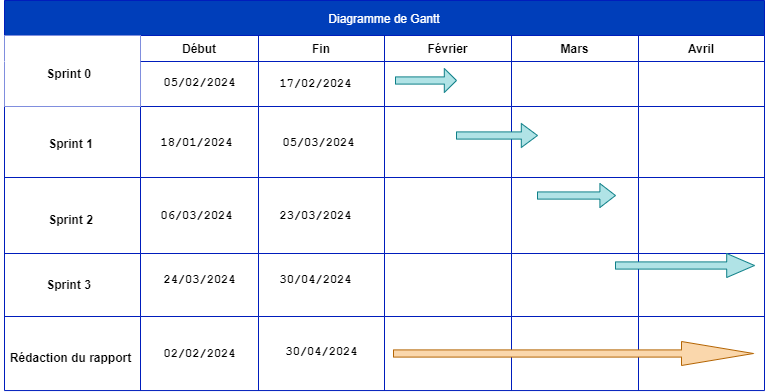
Above: Diagramme de gantt.drawio.png in chirine1/-project (draw.io), before the change. Source tidied: cells renumbered, new cells last; positions are measured from the earlier drawing's top-left corner, leaving out a move shared by most shapes. Source of this version:
```xml
<mxGraphModel>
  <root>
    <mxCell id="0" />
    <mxCell id="1" parent="0" />
    <mxCell id="2" value="Diagramme de Gantt" style="shape=table;startSize=35;verticalAlign=middle;fillColor=#003EBA;strokeColor=#001DBC;fontColor=#ffffff;" parent="1" vertex="1">
      <mxGeometry x="4" width="760" height="390" as="geometry" />
    </mxCell>
    <mxCell id="3" style="shape=tableRow;horizontal=0;swimlaneHead=0;swimlaneBody=0;top=0;left=0;strokeColor=inherit;bottom=0;right=0;fontStyle=0;fillColor=none;startSize=0;" parent="2" vertex="1">
      <mxGeometry y="35" width="760" height="71" as="geometry" />
    </mxCell>
    <mxCell id="4" style="swimlane;swimlaneHead=0;swimlaneBody=0;fontStyle=0;strokeColor=inherit;fillColor=default;startSize=26;swimlaneFillColor=default;swimlaneLine=0;" parent="3" vertex="1">
      <mxGeometry width="136" height="71" as="geometry" />
    </mxCell>
    <mxCell id="5" value="&lt;b&gt;Sprint 0&lt;/b&gt;" style="text;html=1;align=right;verticalAlign=middle;strokeColor=none;fillColor=none;" parent="4" vertex="1">
      <mxGeometry x="25" y="26" width="63" height="26" as="geometry" />
    </mxCell>
    <mxCell id="6" value="Début" style="swimlane;swimlaneHead=0;swimlaneBody=0;fontStyle=1;strokeColor=inherit;fillColor=none;startSize=26;swimlaneFillColor=none;" parent="3" vertex="1">
      <mxGeometry x="136" width="118" height="71" as="geometry" />
    </mxCell>
    <mxCell id="7" value="&lt;b&gt;&lt;font face=&quot;Courier New&quot;&gt;05/02/2024&lt;/font&gt;&lt;/b&gt;" style="text;html=1;align=center;verticalAlign=middle;strokeColor=none;fillColor=none;" parent="6" vertex="1">
      <mxGeometry x="14" y="33" width="90" height="28" as="geometry" />
    </mxCell>
    <mxCell id="8" value="Fin" style="swimlane;swimlaneHead=0;swimlaneBody=0;fontStyle=1;strokeColor=inherit;fillColor=none;startSize=26;" parent="3" vertex="1">
      <mxGeometry x="254" width="126" height="71" as="geometry" />
    </mxCell>
    <mxCell id="9" value="&lt;b style=&quot;&quot;&gt;&lt;font face=&quot;Courier New&quot;&gt;17/02/2024&lt;/font&gt;&lt;/b&gt;" style="text;html=1;align=center;verticalAlign=middle;strokeColor=none;fillColor=none;" parent="8" vertex="1">
      <mxGeometry x="12" y="34" width="90" height="28" as="geometry" />
    </mxCell>
    <mxCell id="10" value="Février" style="swimlane;swimlaneHead=0;swimlaneBody=0;fontStyle=1;strokeColor=inherit;fillColor=none;startSize=26;" parent="3" vertex="1">
      <mxGeometry x="380" width="127" height="71" as="geometry" />
    </mxCell>
    <mxCell id="11" style="shape=singleArrow;whiteSpace=wrap;html=1;fillColor=#b0e3e6;strokeColor=#0e8088;" parent="10" vertex="1">
      <mxGeometry x="11" y="33" width="61" height="24" as="geometry" />
    </mxCell>
    <mxCell id="12" value="Mars" style="swimlane;swimlaneHead=0;swimlaneBody=0;fontStyle=1;strokeColor=inherit;fillColor=none;startSize=26;" parent="3" vertex="1">
      <mxGeometry x="507" width="127" height="71" as="geometry" />
    </mxCell>
    <mxCell id="13" value="Avril" style="swimlane;swimlaneHead=0;swimlaneBody=0;fontStyle=1;strokeColor=inherit;fillColor=none;startSize=26;" parent="3" vertex="1">
      <mxGeometry x="634" width="126" height="71" as="geometry" />
    </mxCell>
    <mxCell id="14" style="shape=tableRow;horizontal=0;swimlaneHead=0;swimlaneBody=0;top=0;left=0;strokeColor=inherit;bottom=0;right=0;fontStyle=0;fillColor=none;startSize=0;" parent="2" vertex="1">
      <mxGeometry y="106" width="760" height="71" as="geometry" />
    </mxCell>
    <mxCell id="15" style="swimlane;swimlaneHead=0;swimlaneBody=0;fontStyle=0;strokeColor=inherit;fillColor=none;startSize=0;" parent="14" vertex="1">
      <mxGeometry width="136" height="71" as="geometry" />
    </mxCell>
    <mxCell id="16" value="&lt;b&gt;Sprint 1&lt;/b&gt;" style="text;html=1;align=center;verticalAlign=middle;strokeColor=none;fillColor=none;" parent="15" vertex="1">
      <mxGeometry x="34" y="25" width="63" height="26" as="geometry" />
    </mxCell>
    <mxCell id="17" style="swimlane;swimlaneHead=0;swimlaneBody=0;fontStyle=0;strokeColor=inherit;fillColor=none;startSize=0;swimlaneLine=1;" parent="14" vertex="1">
      <mxGeometry x="136" width="118" height="71" as="geometry" />
    </mxCell>
    <mxCell id="18" style="swimlane;swimlaneHead=0;swimlaneBody=0;fontStyle=0;strokeColor=inherit;fillColor=none;startSize=0;swimlaneLine=1;" parent="14" vertex="1">
      <mxGeometry x="254" width="126" height="71" as="geometry" />
    </mxCell>
    <mxCell id="19" value="&lt;b&gt;&lt;font face=&quot;Courier New&quot;&gt;05/03/2024&lt;/font&gt;&lt;/b&gt;" style="text;html=1;align=center;verticalAlign=middle;strokeColor=none;fillColor=none;" parent="18" vertex="1">
      <mxGeometry x="15" y="21.5" width="90" height="28" as="geometry" />
    </mxCell>
    <mxCell id="20" style="swimlane;swimlaneHead=0;swimlaneBody=0;fontStyle=0;strokeColor=inherit;fillColor=none;startSize=0;swimlaneLine=1;" parent="14" vertex="1">
      <mxGeometry x="380" width="127" height="71" as="geometry" />
    </mxCell>
    <mxCell id="21" style="shape=singleArrow;whiteSpace=wrap;html=1;fillColor=#b0e3e6;strokeColor=#0e8088;" parent="20" vertex="1">
      <mxGeometry x="72" y="17" width="81" height="24" as="geometry" />
    </mxCell>
    <mxCell id="22" style="swimlane;swimlaneHead=0;swimlaneBody=0;fontStyle=0;strokeColor=inherit;fillColor=none;startSize=0;swimlaneLine=1;" parent="14" vertex="1">
      <mxGeometry x="507" width="127" height="71" as="geometry" />
    </mxCell>
    <mxCell id="23" style="swimlane;swimlaneHead=0;swimlaneBody=0;fontStyle=0;strokeColor=inherit;fillColor=none;startSize=0;swimlaneLine=1;" parent="14" vertex="1">
      <mxGeometry x="634" width="126" height="71" as="geometry" />
    </mxCell>
    <mxCell id="24" style="shape=tableRow;horizontal=0;swimlaneHead=0;swimlaneBody=0;top=0;left=0;strokeColor=inherit;bottom=0;right=0;fontStyle=0;fillColor=none;startSize=0;" parent="2" vertex="1">
      <mxGeometry y="177" width="760" height="76" as="geometry" />
    </mxCell>
    <mxCell id="25" style="swimlane;swimlaneHead=0;swimlaneBody=0;fontStyle=0;strokeColor=inherit;fillColor=none;startSize=0;" parent="24" vertex="1">
      <mxGeometry width="136" height="76" as="geometry" />
    </mxCell>
    <mxCell id="26" value="&lt;b&gt;Sprint 2&lt;/b&gt;" style="text;html=1;align=center;verticalAlign=middle;strokeColor=none;fillColor=none;" parent="25" vertex="1">
      <mxGeometry x="34" y="30" width="63" height="26" as="geometry" />
    </mxCell>
    <mxCell id="27" style="swimlane;swimlaneHead=0;swimlaneBody=0;fontStyle=0;strokeColor=inherit;fillColor=none;startSize=0;" parent="24" vertex="1">
      <mxGeometry x="136" width="118" height="76" as="geometry" />
    </mxCell>
    <mxCell id="28" value="&lt;b&gt;&lt;font face=&quot;Courier New&quot;&gt;06/03/2024&lt;/font&gt;&lt;/b&gt;" style="text;html=1;align=center;verticalAlign=middle;strokeColor=none;fillColor=none;" parent="27" vertex="1">
      <mxGeometry x="11" y="24" width="90" height="28" as="geometry" />
    </mxCell>
    <mxCell id="29" style="swimlane;swimlaneHead=0;swimlaneBody=0;fontStyle=0;strokeColor=inherit;fillColor=none;startSize=0;" parent="24" vertex="1">
      <mxGeometry x="254" width="126" height="76" as="geometry" />
    </mxCell>
    <mxCell id="30" value="&lt;font face=&quot;Courier New&quot;&gt;&lt;b&gt;23/03/2024&lt;/b&gt;&lt;/font&gt;" style="text;html=1;align=center;verticalAlign=middle;strokeColor=none;fillColor=none;" parent="29" vertex="1">
      <mxGeometry x="12" y="24" width="90" height="28" as="geometry" />
    </mxCell>
    <mxCell id="31" style="swimlane;swimlaneHead=0;swimlaneBody=0;fontStyle=0;strokeColor=inherit;fillColor=none;startSize=0;" parent="24" vertex="1">
      <mxGeometry x="380" width="127" height="76" as="geometry" />
    </mxCell>
    <mxCell id="32" style="swimlane;swimlaneHead=0;swimlaneBody=0;fontStyle=0;strokeColor=inherit;fillColor=none;startSize=0;" parent="24" vertex="1">
      <mxGeometry x="507" width="127" height="76" as="geometry" />
    </mxCell>
    <mxCell id="33" style="shape=singleArrow;whiteSpace=wrap;html=1;fillColor=#b0e3e6;strokeColor=#0e8088;" parent="32" vertex="1">
      <mxGeometry x="26" y="6" width="78" height="24" as="geometry" />
    </mxCell>
    <mxCell id="34" style="swimlane;swimlaneHead=0;swimlaneBody=0;fontStyle=0;strokeColor=inherit;fillColor=none;startSize=0;" parent="24" vertex="1">
      <mxGeometry x="634" width="126" height="76" as="geometry" />
    </mxCell>
    <mxCell id="35" style="shape=tableRow;horizontal=0;swimlaneHead=0;swimlaneBody=0;top=0;left=0;strokeColor=inherit;bottom=0;right=0;fontStyle=0;fillColor=none;startSize=0;" parent="2" vertex="1">
      <mxGeometry y="253" width="760" height="63" as="geometry" />
    </mxCell>
    <mxCell id="36" style="swimlane;swimlaneHead=0;swimlaneBody=0;fontStyle=0;strokeColor=inherit;fillColor=none;startSize=0;" parent="35" vertex="1">
      <mxGeometry width="136" height="63" as="geometry" />
    </mxCell>
    <mxCell id="37" value="&lt;b&gt;Sprint 3&lt;/b&gt;" style="text;html=1;align=center;verticalAlign=middle;strokeColor=none;fillColor=none;" parent="36" vertex="1">
      <mxGeometry x="32" y="18.5" width="63" height="26" as="geometry" />
    </mxCell>
    <mxCell id="38" style="swimlane;swimlaneHead=0;swimlaneBody=0;fontStyle=0;strokeColor=inherit;fillColor=none;startSize=0;" parent="35" vertex="1">
      <mxGeometry x="136" width="118" height="63" as="geometry" />
    </mxCell>
    <mxCell id="39" value="&lt;b&gt;&lt;font face=&quot;Courier New&quot;&gt;24/03/2024&lt;/font&gt;&lt;/b&gt;" style="text;html=1;align=center;verticalAlign=middle;strokeColor=none;fillColor=none;" parent="38" vertex="1">
      <mxGeometry x="14" y="12" width="90" height="28" as="geometry" />
    </mxCell>
    <mxCell id="40" style="swimlane;swimlaneHead=0;swimlaneBody=0;fontStyle=0;strokeColor=inherit;fillColor=none;startSize=0;" parent="35" vertex="1">
      <mxGeometry x="254" width="126" height="63" as="geometry" />
    </mxCell>
    <mxCell id="41" value="&lt;b&gt;&lt;font face=&quot;Courier New&quot;&gt;30/04/2024&lt;/font&gt;&lt;/b&gt;" style="text;html=1;align=center;verticalAlign=middle;strokeColor=none;fillColor=none;" parent="40" vertex="1">
      <mxGeometry x="12" y="12" width="90" height="28" as="geometry" />
    </mxCell>
    <mxCell id="42" style="swimlane;swimlaneHead=0;swimlaneBody=0;fontStyle=0;strokeColor=inherit;fillColor=none;startSize=0;" parent="35" vertex="1">
      <mxGeometry x="380" width="127" height="63" as="geometry" />
    </mxCell>
    <mxCell id="43" style="swimlane;swimlaneHead=0;swimlaneBody=0;fontStyle=0;strokeColor=inherit;fillColor=none;startSize=0;" parent="35" vertex="1">
      <mxGeometry x="507" width="127" height="63" as="geometry" />
    </mxCell>
    <mxCell id="44" style="swimlane;swimlaneHead=0;swimlaneBody=0;fontStyle=0;strokeColor=inherit;fillColor=none;startSize=0;" parent="35" vertex="1">
      <mxGeometry x="634" width="126" height="63" as="geometry" />
    </mxCell>
    <mxCell id="45" style="shape=singleArrow;whiteSpace=wrap;html=1;fillColor=#b0e3e6;strokeColor=#0e8088;" parent="44" vertex="1">
      <mxGeometry x="-23" width="139" height="24" as="geometry" />
    </mxCell>
    <mxCell id="46" style="shape=tableRow;horizontal=0;swimlaneHead=0;swimlaneBody=0;top=0;left=0;strokeColor=inherit;bottom=0;right=0;fontStyle=0;fillColor=none;startSize=0;" parent="2" vertex="1">
      <mxGeometry y="316" width="760" height="74" as="geometry" />
    </mxCell>
    <mxCell id="47" style="swimlane;swimlaneHead=0;swimlaneBody=0;fontStyle=0;strokeColor=inherit;fillColor=none;startSize=0;" parent="46" vertex="1">
      <mxGeometry width="136" height="74" as="geometry" />
    </mxCell>
    <mxCell id="48" value="&lt;b&gt;Rédaction du rapport&lt;/b&gt;" style="text;html=1;align=center;verticalAlign=middle;strokeColor=none;fillColor=none;" parent="47" vertex="1">
      <mxGeometry x="-4" y="28.5" width="139" height="26" as="geometry" />
    </mxCell>
    <mxCell id="49" style="swimlane;swimlaneHead=0;swimlaneBody=0;fontStyle=0;strokeColor=inherit;fillColor=none;startSize=0;" parent="46" vertex="1">
      <mxGeometry x="136" width="118" height="74" as="geometry" />
    </mxCell>
    <mxCell id="50" value="&lt;font face=&quot;Courier New&quot;&gt;&lt;b&gt;02/02/2024&lt;/b&gt;&lt;/font&gt;" style="text;html=1;align=center;verticalAlign=middle;strokeColor=none;fillColor=none;" parent="49" vertex="1">
      <mxGeometry x="14" y="23" width="90" height="28" as="geometry" />
    </mxCell>
    <mxCell id="51" style="swimlane;swimlaneHead=0;swimlaneBody=0;fontStyle=0;strokeColor=inherit;fillColor=none;startSize=0;" parent="46" vertex="1">
      <mxGeometry x="254" width="126" height="74" as="geometry" />
    </mxCell>
    <mxCell id="52" value="&lt;font face=&quot;Courier New&quot;&gt;&lt;b&gt;30/04/2024&lt;/b&gt;&lt;/font&gt;" style="text;html=1;align=center;verticalAlign=middle;strokeColor=none;fillColor=none;" parent="51" vertex="1">
      <mxGeometry x="18" y="21" width="90" height="28" as="geometry" />
    </mxCell>
    <mxCell id="53" style="swimlane;swimlaneHead=0;swimlaneBody=0;fontStyle=0;strokeColor=inherit;fillColor=none;startSize=0;" parent="46" vertex="1">
      <mxGeometry x="380" width="127" height="74" as="geometry" />
    </mxCell>
    <mxCell id="54" style="shape=singleArrow;whiteSpace=wrap;html=1;fillColor=#fad7ac;strokeColor=#b46504;" parent="53" vertex="1">
      <mxGeometry x="9" y="25" width="360" height="24" as="geometry" />
    </mxCell>
    <mxCell id="55" style="swimlane;swimlaneHead=0;swimlaneBody=0;fontStyle=0;strokeColor=inherit;fillColor=none;startSize=0;" parent="46" vertex="1">
      <mxGeometry x="507" width="127" height="74" as="geometry" />
    </mxCell>
    <mxCell id="56" style="swimlane;swimlaneHead=0;swimlaneBody=0;fontStyle=0;strokeColor=inherit;fillColor=none;startSize=0;" parent="46" vertex="1">
      <mxGeometry x="634" width="126" height="74" as="geometry" />
    </mxCell>
    <mxCell id="57" value="&lt;font face=&quot;Courier New&quot;&gt;&lt;b&gt;18/01/2024&lt;/b&gt;&lt;/font&gt;" style="text;html=1;align=center;verticalAlign=middle;strokeColor=none;fillColor=none;" parent="1" vertex="1">
      <mxGeometry x="151" y="128" width="90" height="28" as="geometry" />
    </mxCell>
  </root>
</mxGraphModel>
```
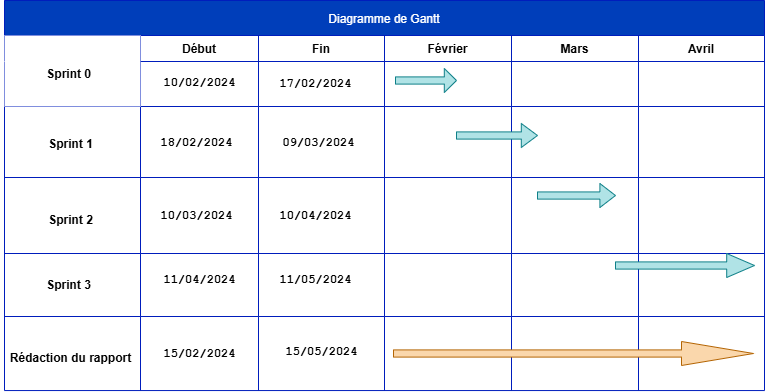
The same file after the commit.

Commit message:
Mettre à jour Diagramme de gantt.drawio.png

Change to the diagram source:
```diff
@@ -17,7 +17,7 @@
     <mxCell id="6" value="Début" style="swimlane;swimlaneHead=0;swimlaneBody=0;fontStyle=1;strokeColor=inherit;fillColor=none;startSize=26;swimlaneFillColor=none;" parent="3" vertex="1">
       <mxGeometry x="136" width="118" height="71" as="geometry" />
     </mxCell>
-    <mxCell id="7" value="&lt;b&gt;&lt;font face=&quot;Courier New&quot;&gt;05/02/2024&lt;/font&gt;&lt;/b&gt;" style="text;html=1;align=center;verticalAlign=middle;strokeColor=none;fillColor=none;" parent="6" vertex="1">
+    <mxCell id="7" value="&lt;b&gt;&lt;font face=&quot;Courier New&quot;&gt;10/02/2024&lt;/font&gt;&lt;/b&gt;" style="text;html=1;align=center;verticalAlign=middle;strokeColor=none;fillColor=none;" parent="6" vertex="1">
       <mxGeometry x="14" y="33" width="90" height="28" as="geometry" />
     </mxCell>
     <mxCell id="8" value="Fin" style="swimlane;swimlaneHead=0;swimlaneBody=0;fontStyle=1;strokeColor=inherit;fillColor=none;startSize=26;" parent="3" vertex="1">
@@ -53,7 +53,7 @@
     <mxCell id="18" style="swimlane;swimlaneHead=0;swimlaneBody=0;fontStyle=0;strokeColor=inherit;fillColor=none;startSize=0;swimlaneLine=1;" parent="14" vertex="1">
       <mxGeometry x="254" width="126" height="71" as="geometry" />
     </mxCell>
-    <mxCell id="19" value="&lt;b&gt;&lt;font face=&quot;Courier New&quot;&gt;05/03/2024&lt;/font&gt;&lt;/b&gt;" style="text;html=1;align=center;verticalAlign=middle;strokeColor=none;fillColor=none;" parent="18" vertex="1">
+    <mxCell id="19" value="&lt;b&gt;&lt;font face=&quot;Courier New&quot;&gt;09/03/2024&lt;/font&gt;&lt;/b&gt;" style="text;html=1;align=center;verticalAlign=middle;strokeColor=none;fillColor=none;" parent="18" vertex="1">
       <mxGeometry x="15" y="21.5" width="90" height="28" as="geometry" />
     </mxCell>
     <mxCell id="20" style="swimlane;swimlaneHead=0;swimlaneBody=0;fontStyle=0;strokeColor=inherit;fillColor=none;startSize=0;swimlaneLine=1;" parent="14" vertex="1">
@@ -80,13 +80,13 @@
     <mxCell id="27" style="swimlane;swimlaneHead=0;swimlaneBody=0;fontStyle=0;strokeColor=inherit;fillColor=none;startSize=0;" parent="24" vertex="1">
       <mxGeometry x="136" width="118" height="76" as="geometry" />
     </mxCell>
-    <mxCell id="28" value="&lt;b&gt;&lt;font face=&quot;Courier New&quot;&gt;06/03/2024&lt;/font&gt;&lt;/b&gt;" style="text;html=1;align=center;verticalAlign=middle;strokeColor=none;fillColor=none;" parent="27" vertex="1">
+    <mxCell id="28" value="&lt;b&gt;&lt;font face=&quot;Courier New&quot;&gt;10/03/2024&lt;/font&gt;&lt;/b&gt;" style="text;html=1;align=center;verticalAlign=middle;strokeColor=none;fillColor=none;" parent="27" vertex="1">
       <mxGeometry x="11" y="24" width="90" height="28" as="geometry" />
     </mxCell>
     <mxCell id="29" style="swimlane;swimlaneHead=0;swimlaneBody=0;fontStyle=0;strokeColor=inherit;fillColor=none;startSize=0;" parent="24" vertex="1">
       <mxGeometry x="254" width="126" height="76" as="geometry" />
     </mxCell>
-    <mxCell id="30" value="&lt;font face=&quot;Courier New&quot;&gt;&lt;b&gt;23/03/2024&lt;/b&gt;&lt;/font&gt;" style="text;html=1;align=center;verticalAlign=middle;strokeColor=none;fillColor=none;" parent="29" vertex="1">
+    <mxCell id="30" value="&lt;font face=&quot;Courier New&quot;&gt;&lt;b&gt;10/04/2024&lt;/b&gt;&lt;/font&gt;" style="text;html=1;align=center;verticalAlign=middle;strokeColor=none;fillColor=none;" parent="29" vertex="1">
       <mxGeometry x="12" y="24" width="90" height="28" as="geometry" />
     </mxCell>
     <mxCell id="31" style="swimlane;swimlaneHead=0;swimlaneBody=0;fontStyle=0;strokeColor=inherit;fillColor=none;startSize=0;" parent="24" vertex="1">
@@ -113,13 +113,13 @@
     <mxCell id="38" style="swimlane;swimlaneHead=0;swimlaneBody=0;fontStyle=0;strokeColor=inherit;fillColor=none;startSize=0;" parent="35" vertex="1">
       <mxGeometry x="136" width="118" height="63" as="geometry" />
     </mxCell>
-    <mxCell id="39" value="&lt;b&gt;&lt;font face=&quot;Courier New&quot;&gt;24/03/2024&lt;/font&gt;&lt;/b&gt;" style="text;html=1;align=center;verticalAlign=middle;strokeColor=none;fillColor=none;" parent="38" vertex="1">
+    <mxCell id="39" value="&lt;b&gt;&lt;font face=&quot;Courier New&quot;&gt;11/04/2024&lt;/font&gt;&lt;/b&gt;" style="text;html=1;align=center;verticalAlign=middle;strokeColor=none;fillColor=none;" parent="38" vertex="1">
       <mxGeometry x="14" y="12" width="90" height="28" as="geometry" />
     </mxCell>
     <mxCell id="40" style="swimlane;swimlaneHead=0;swimlaneBody=0;fontStyle=0;strokeColor=inherit;fillColor=none;startSize=0;" parent="35" vertex="1">
       <mxGeometry x="254" width="126" height="63" as="geometry" />
     </mxCell>
-    <mxCell id="41" value="&lt;b&gt;&lt;font face=&quot;Courier New&quot;&gt;30/04/2024&lt;/font&gt;&lt;/b&gt;" style="text;html=1;align=center;verticalAlign=middle;strokeColor=none;fillColor=none;" parent="40" vertex="1">
+    <mxCell id="41" value="&lt;b&gt;&lt;font face=&quot;Courier New&quot;&gt;11/05/2024&lt;/font&gt;&lt;/b&gt;" style="text;html=1;align=center;verticalAlign=middle;strokeColor=none;fillColor=none;" parent="40" vertex="1">
       <mxGeometry x="12" y="12" width="90" height="28" as="geometry" />
     </mxCell>
     <mxCell id="42" style="swimlane;swimlaneHead=0;swimlaneBody=0;fontStyle=0;strokeColor=inherit;fillColor=none;startSize=0;" parent="35" vertex="1">
@@ -146,13 +146,13 @@
     <mxCell id="49" style="swimlane;swimlaneHead=0;swimlaneBody=0;fontStyle=0;strokeColor=inherit;fillColor=none;startSize=0;" parent="46" vertex="1">
       <mxGeometry x="136" width="118" height="74" as="geometry" />
     </mxCell>
-    <mxCell id="50" value="&lt;font face=&quot;Courier New&quot;&gt;&lt;b&gt;02/02/2024&lt;/b&gt;&lt;/font&gt;" style="text;html=1;align=center;verticalAlign=middle;strokeColor=none;fillColor=none;" parent="49" vertex="1">
+    <mxCell id="50" value="&lt;font face=&quot;Courier New&quot;&gt;&lt;b&gt;15/02/2024&lt;/b&gt;&lt;/font&gt;" style="text;html=1;align=center;verticalAlign=middle;strokeColor=none;fillColor=none;" parent="49" vertex="1">
       <mxGeometry x="14" y="23" width="90" height="28" as="geometry" />
     </mxCell>
     <mxCell id="51" style="swimlane;swimlaneHead=0;swimlaneBody=0;fontStyle=0;strokeColor=inherit;fillColor=none;startSize=0;" parent="46" vertex="1">
       <mxGeometry x="254" width="126" height="74" as="geometry" />
     </mxCell>
-    <mxCell id="52" value="&lt;font face=&quot;Courier New&quot;&gt;&lt;b&gt;30/04/2024&lt;/b&gt;&lt;/font&gt;" style="text;html=1;align=center;verticalAlign=middle;strokeColor=none;fillColor=none;" parent="51" vertex="1">
+    <mxCell id="52" value="&lt;font face=&quot;Courier New&quot;&gt;&lt;b&gt;15/05/2024&lt;/b&gt;&lt;/font&gt;" style="text;html=1;align=center;verticalAlign=middle;strokeColor=none;fillColor=none;" parent="51" vertex="1">
       <mxGeometry x="18" y="21" width="90" height="28" as="geometry" />
     </mxCell>
     <mxCell id="53" style="swimlane;swimlaneHead=0;swimlaneBody=0;fontStyle=0;strokeColor=inherit;fillColor=none;startSize=0;" parent="46" vertex="1">
@@ -167,7 +167,7 @@
     <mxCell id="56" style="swimlane;swimlaneHead=0;swimlaneBody=0;fontStyle=0;strokeColor=inherit;fillColor=none;startSize=0;" parent="46" vertex="1">
       <mxGeometry x="634" width="126" height="74" as="geometry" />
     </mxCell>
-    <mxCell id="57" value="&lt;font face=&quot;Courier New&quot;&gt;&lt;b&gt;18/01/2024&lt;/b&gt;&lt;/font&gt;" style="text;html=1;align=center;verticalAlign=middle;strokeColor=none;fillColor=none;" parent="1" vertex="1">
+    <mxCell id="57" value="&lt;font face=&quot;Courier New&quot;&gt;&lt;b&gt;18/02/2024&lt;/b&gt;&lt;/font&gt;" style="text;html=1;align=center;verticalAlign=middle;strokeColor=none;fillColor=none;" parent="1" vertex="1">
       <mxGeometry x="151" y="128" width="90" height="28" as="geometry" />
     </mxCell>
   </root>
```
